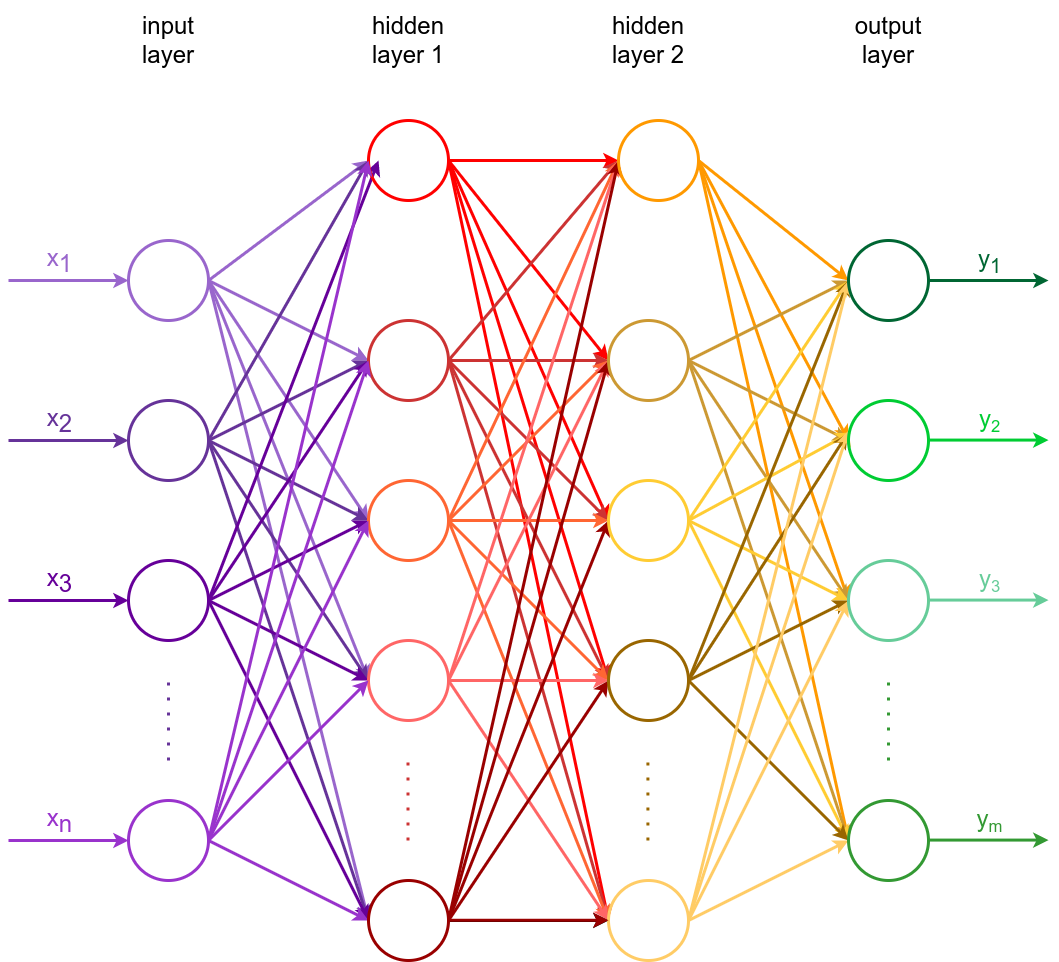
The draw.io diagram diagrams/ann_example.drawio.png in ryndovaira-org/data_science_lectures, before a commit. Source tidied: cells renumbered, new cells last; positions are measured from the earlier drawing's top-left corner, leaving out a move shared by most shapes.
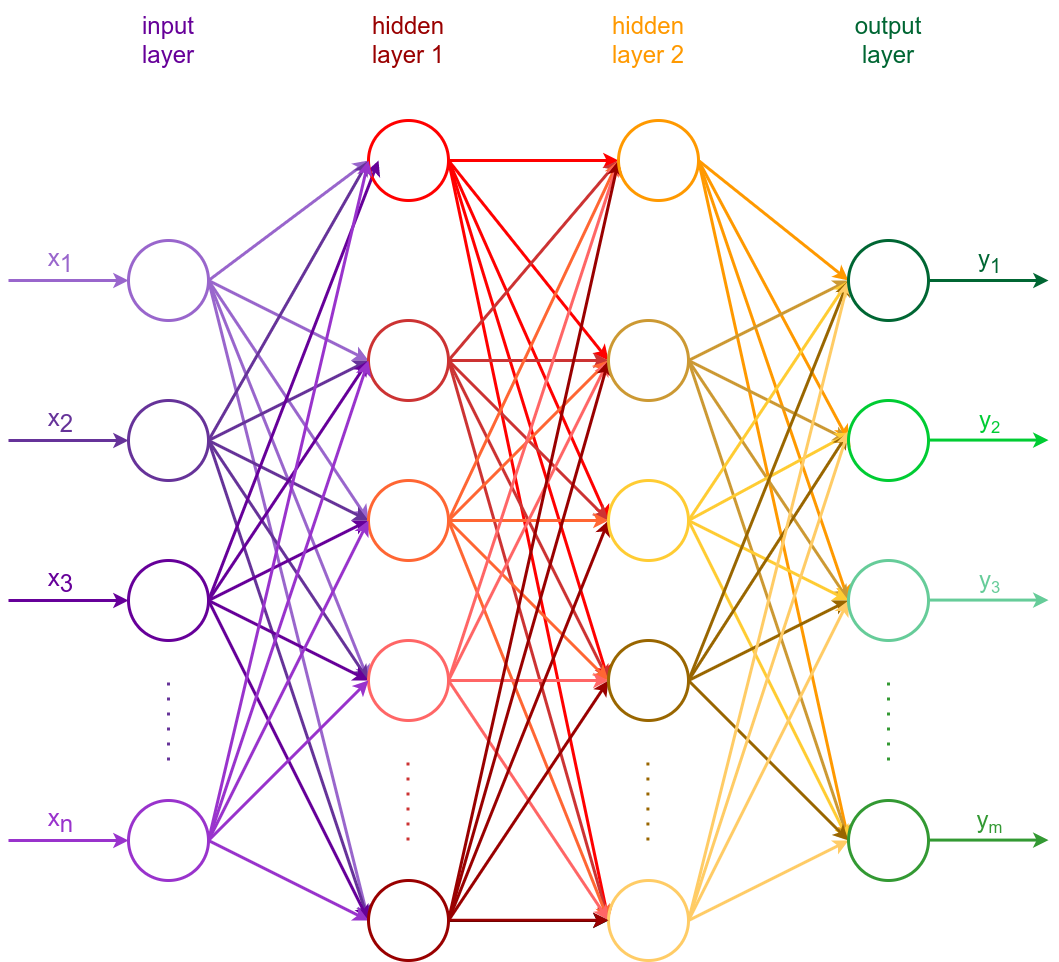
The same file after the commit.

What changed in the source:
```diff
@@ -205,10 +205,10 @@
     <mxCell id="62" style="ellipse;whiteSpace=wrap;html=1;fontSize=18;strokeWidth=3;strokeColor=#990000;labelBackgroundColor=none;fillColor=none;" parent="1" vertex="1">
       <mxGeometry x="360" y="880" width="80" height="80" as="geometry" />
     </mxCell>
-    <mxCell id="63" value="input layer" style="rounded=0;whiteSpace=wrap;html=1;strokeColor=none;fillColor=none;fontSize=24;labelBackgroundColor=none;" parent="1" vertex="1">
+    <mxCell id="63" value="input layer" style="rounded=0;whiteSpace=wrap;html=1;strokeColor=none;fillColor=none;fontSize=24;labelBackgroundColor=none;fontColor=#660099;" parent="1" vertex="1">
       <mxGeometry x="120" width="80" height="80" as="geometry" />
     </mxCell>
-    <mxCell id="64" value="hidden layer 1" style="rounded=0;whiteSpace=wrap;html=1;strokeColor=none;fillColor=none;fontSize=24;labelBackgroundColor=none;" parent="1" vertex="1">
+    <mxCell id="64" value="hidden layer 1" style="rounded=0;whiteSpace=wrap;html=1;strokeColor=none;fillColor=none;fontSize=24;labelBackgroundColor=none;fontColor=#990000;" parent="1" vertex="1">
       <mxGeometry x="360" width="80" height="80" as="geometry" />
     </mxCell>
     <mxCell id="65" style="endArrow=none;html=1;strokeWidth=3;fontSize=14;startArrow=none;startFill=0;rounded=0;dashed=1;dashPattern=1 4;strokeColor=#663399;labelBackgroundColor=none;" parent="1" edge="1">
@@ -346,10 +346,10 @@
         <mxPoint x="880" y="680" as="targetPoint" />
       </mxGeometry>
     </mxCell>
-    <mxCell id="101" value="hidden layer 2" style="rounded=0;whiteSpace=wrap;html=1;strokeColor=none;fillColor=none;fontSize=24;labelBackgroundColor=none;" parent="1" vertex="1">
+    <mxCell id="101" value="hidden layer 2" style="rounded=0;whiteSpace=wrap;html=1;strokeColor=none;fillColor=none;fontSize=24;labelBackgroundColor=none;fontColor=#FF9900;" parent="1" vertex="1">
       <mxGeometry x="600" width="80" height="80" as="geometry" />
     </mxCell>
-    <mxCell id="102" value="output layer" style="rounded=0;whiteSpace=wrap;html=1;strokeColor=none;fillColor=none;fontSize=24;labelBackgroundColor=none;" parent="1" vertex="1">
+    <mxCell id="102" value="output layer" style="rounded=0;whiteSpace=wrap;html=1;strokeColor=none;fillColor=none;fontSize=24;labelBackgroundColor=none;fontColor=#006633;" parent="1" vertex="1">
       <mxGeometry x="840" width="80" height="80" as="geometry" />
     </mxCell>
     <mxCell id="103" style="edgeStyle=none;rounded=0;orthogonalLoop=1;jettySize=auto;html=1;strokeWidth=3;strokeColor=#00CC33;" parent="1" edge="1">
```
